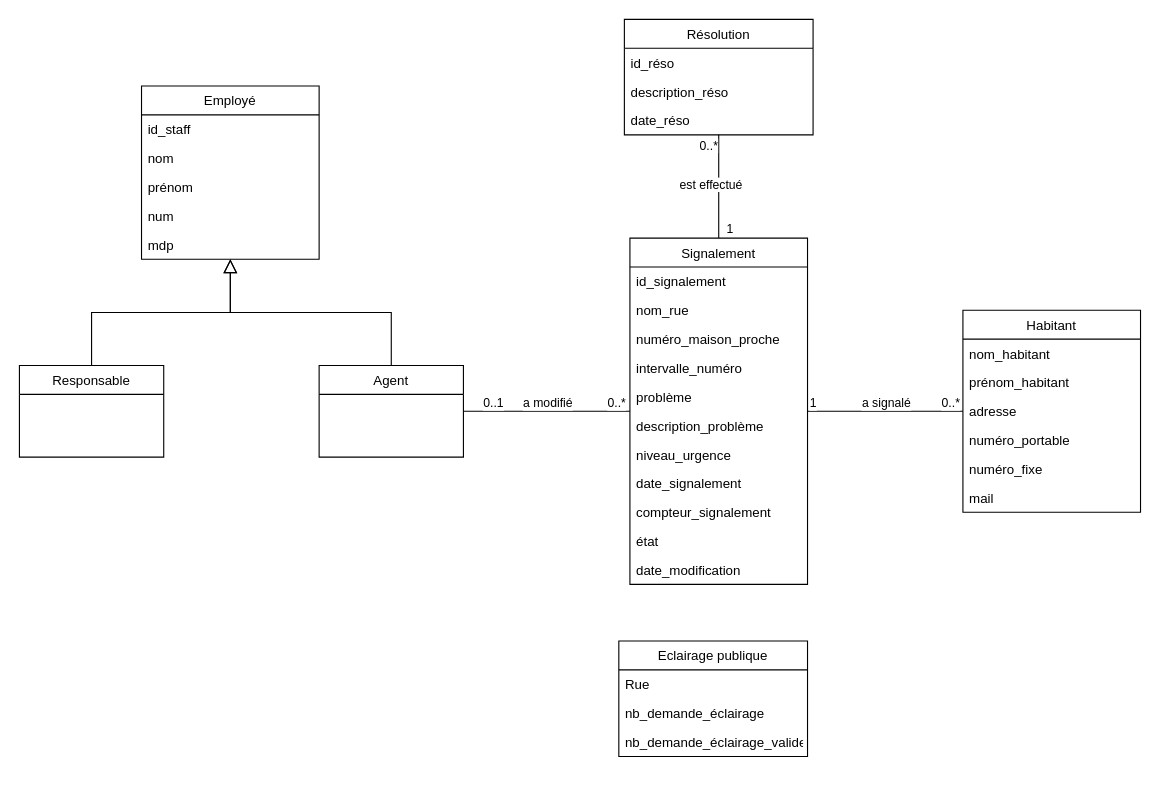
Before: projet_v3.drawio in Igniiis/CSI_Projet, a draw.io diagram. Source tidied: cells renumbered, new cells numbered last; positions are measured from the earlier drawing's top-left corner, leaving out a move shared by most shapes. Both pictures are drawn from the tidied source at 111%, with x=0, y=0 at pixel (19, 19).
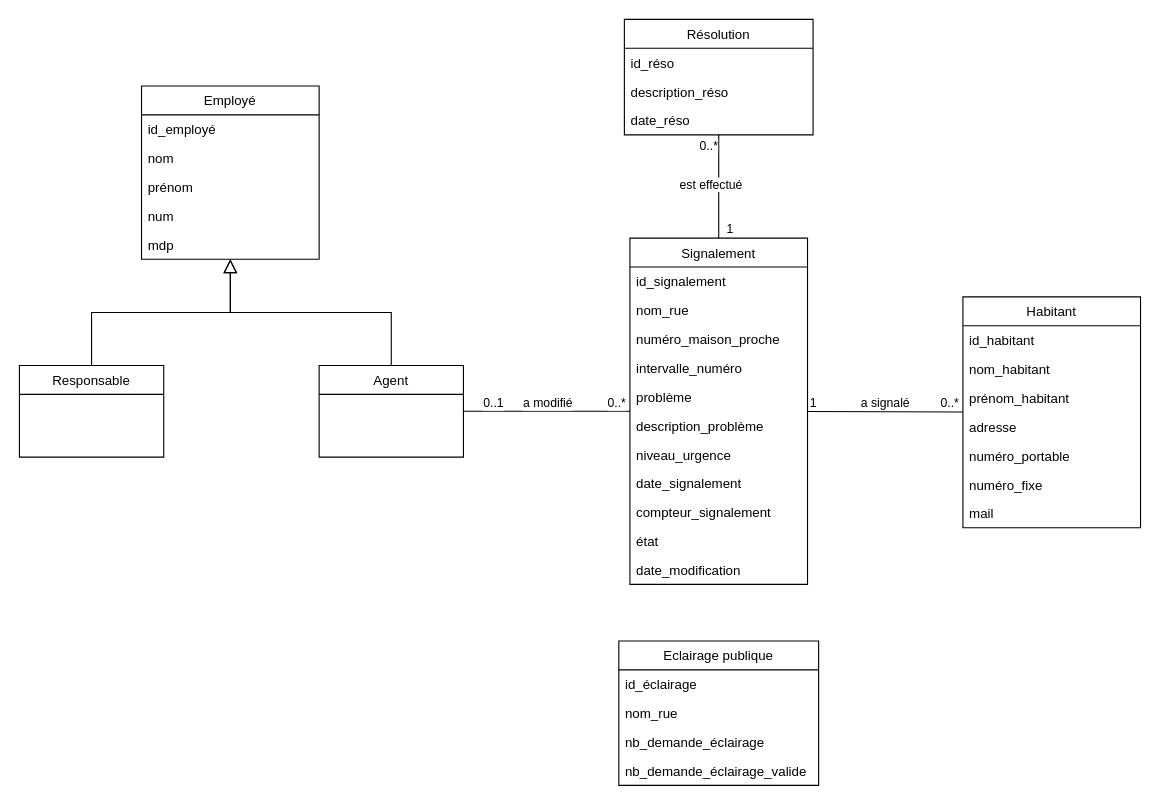
The same page after the edit.

Commit message:
Mettre à jour projet_v3.drawio

Unchanged cells that the change refers to:
```xml
<mxCell id="35" value="Employé" style="swimlane;fontStyle=0;align=center;verticalAlign=top;horizontal=1;startSize=26;rounded=0;shadow=0;strokeWidth=1;" parent="1" vertex="1">
  <mxGeometry x="110" y="60" width="160" height="156" as="geometry" />
</mxCell>
```

The edit, as a diff of the source:
```diff
@@
     <mxCell id="15" value="Habitant" style="swimlane;fontStyle=0;align=center;verticalAlign=top;horizontal=1;startSize=26;rounded=0;shadow=0;strokeWidth=1;" parent="1" vertex="1">
-      <mxGeometry x="850" y="262" width="160" height="182" as="geometry" />
+      <mxGeometry x="850" y="250" width="160" height="208" as="geometry" />
     </mxCell>
+    <mxCell id="51" value="id_habitant" style="text;align=left;verticalAlign=top;spacingLeft=4;spacingRight=4;overflow=hidden;" parent="15" vertex="1">
+      <mxGeometry y="26" width="160" height="26" as="geometry" />
+    </mxCell>
     <mxCell id="16" value="nom_habitant" style="text;align=left;verticalAlign=top;spacingLeft=4;spacingRight=4;overflow=hidden;" parent="15" vertex="1">
-      <mxGeometry y="26" width="160" height="26" as="geometry" />
+      <mxGeometry y="52" width="160" height="26" as="geometry" />
     </mxCell>
     <mxCell id="17" value="prénom_habitant" style="text;align=left;verticalAlign=top;spacingLeft=4;spacingRight=4;overflow=hidden;" parent="15" vertex="1">
-      <mxGeometry y="52" width="160" height="26" as="geometry" />
+      <mxGeometry y="78" width="160" height="26" as="geometry" />
     </mxCell>
     <mxCell id="18" value="adresse" style="text;align=left;verticalAlign=top;spacingLeft=4;spacingRight=4;overflow=hidden;" parent="15" vertex="1">
-      <mxGeometry y="78" width="160" height="26" as="geometry" />
+      <mxGeometry y="104" width="160" height="26" as="geometry" />
     </mxCell>
     <mxCell id="19" value="numéro_portable" style="text;align=left;verticalAlign=top;spacingLeft=4;spacingRight=4;overflow=hidden;" parent="15" vertex="1">
-      <mxGeometry y="104" width="160" height="26" as="geometry" />
+      <mxGeometry y="130" width="160" height="26" as="geometry" />
     </mxCell>
     <mxCell id="20" value="numéro_fixe" style="text;align=left;verticalAlign=top;spacingLeft=4;spacingRight=4;overflow=hidden;" parent="15" vertex="1">
-      <mxGeometry y="130" width="160" height="26" as="geometry" />
+      <mxGeometry y="156" width="160" height="26" as="geometry" />
     </mxCell>
     <mxCell id="21" value="mail" style="text;align=left;verticalAlign=top;spacingLeft=4;spacingRight=4;overflow=hidden;" parent="15" vertex="1">
-      <mxGeometry y="156" width="160" height="26" as="geometry" />
+      <mxGeometry y="182" width="160" height="26" as="geometry" />
     </mxCell>
@@
     <mxCell id="23" value="Eclairage publique" style="swimlane;fontStyle=0;align=center;verticalAlign=top;horizontal=1;startSize=26;rounded=0;shadow=0;strokeWidth=1;" parent="1" vertex="1">
-      <mxGeometry x="540" y="560" width="170" height="104" as="geometry" />
+      <mxGeometry x="540" y="560" width="180" height="130" as="geometry" />
     </mxCell>
-    <mxCell id="24" value="Rue" style="text;align=left;verticalAlign=top;spacingLeft=4;spacingRight=4;overflow=hidden;" parent="23" vertex="1">
-      <mxGeometry y="26" width="170" height="26" as="geometry" />
+    <mxCell id="24" value="id_éclairage" style="text;align=left;verticalAlign=top;spacingLeft=4;spacingRight=4;overflow=hidden;" parent="23" vertex="1">
+      <mxGeometry y="26" width="180" height="26" as="geometry" />
     </mxCell>
+    <mxCell id="52" value="nom_rue" style="text;align=left;verticalAlign=top;spacingLeft=4;spacingRight=4;overflow=hidden;" parent="23" vertex="1">
+      <mxGeometry y="52" width="180" height="26" as="geometry" />
+    </mxCell>
     <mxCell id="25" value="nb_demande_éclairage" style="text;align=left;verticalAlign=top;spacingLeft=4;spacingRight=4;overflow=hidden;rounded=0;shadow=0;html=0;" parent="23" vertex="1">
-      <mxGeometry y="52" width="170" height="26" as="geometry" />
+      <mxGeometry y="78" width="180" height="26" as="geometry" />
     </mxCell>
     <mxCell id="26" value="nb_demande_éclairage_valide" style="text;align=left;verticalAlign=top;spacingLeft=4;spacingRight=4;overflow=hidden;rounded=0;shadow=0;html=0;" parent="23" vertex="1">
-      <mxGeometry y="78" width="170" height="26" as="geometry" />
+      <mxGeometry y="104" width="180" height="26" as="geometry" />
     </mxCell>
@@
-    <mxCell id="36" value="id_staff" style="text;align=left;verticalAlign=top;spacingLeft=4;spacingRight=4;overflow=hidden;" parent="35" vertex="1">
+    <mxCell id="36" value="id_employé" style="text;align=left;verticalAlign=top;spacingLeft=4;spacingRight=4;overflow=hidden;" parent="35" vertex="1">
       <mxGeometry y="26" width="160" height="26" as="geometry" />
     </mxCell>
```
